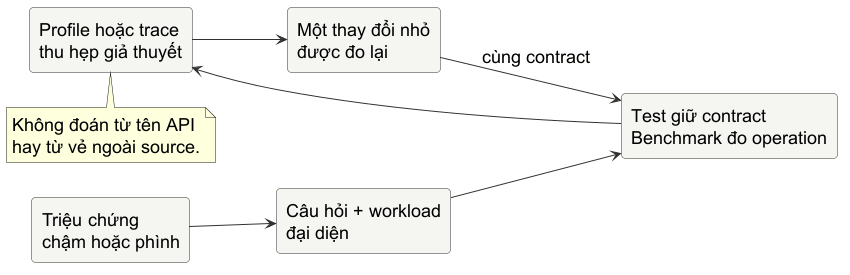
Above: assets/diagrams/performance-evidence-path.png in Minhlike/Golang (PlantUML), before the change.
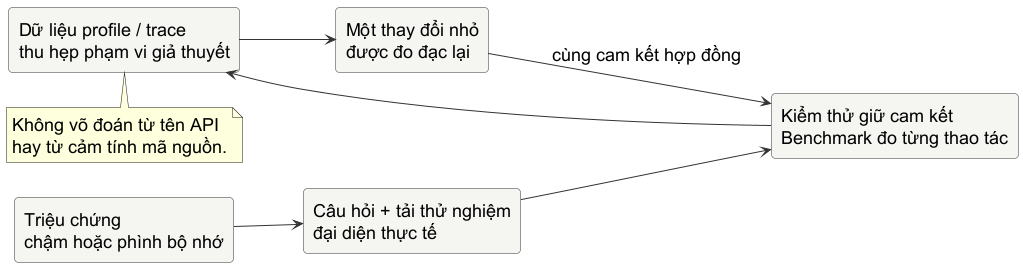
After the commit.

The edit, as a diff of the source:
```diff
@@ -11,20 +11,20 @@
 skinparam arrowColor #333333
 left to right direction
 
-rectangle "Triệu chứng\nchậm hoặc phình" as symptom
-rectangle "Câu hỏi + workload\nđại diện" as question
-rectangle "Test giữ contract\nBenchmark đo operation" as measure
-rectangle "Profile hoặc trace\nthu hẹp giả thuyết" as evidence
-rectangle "Một thay đổi nhỏ\nđược đo lại" as change
+rectangle "Triệu chứng\nchậm hoặc phình bộ nhớ" as symptom
+rectangle "Câu hỏi + tải thử nghiệm\nđại diện thực tế" as question
+rectangle "Kiểm thử giữ cam kết\nBenchmark đo từng thao tác" as measure
+rectangle "Dữ liệu profile / trace\nthu hẹp phạm vi giả thuyết" as evidence
+rectangle "Một thay đổi nhỏ\nđược đo đạc lại" as change
 
 symptom --> question
 question --> measure
 measure --> evidence
 evidence --> change
-change --> measure : cùng contract
+change --> measure : cùng cam kết hợp đồng
 
 note bottom of evidence
-  Không đoán từ tên API
-  hay từ vẻ ngoài source.
+  Không võ đoán từ tên API
+  hay từ cảm tính mã nguồn.
 end note
 @enduml
```
